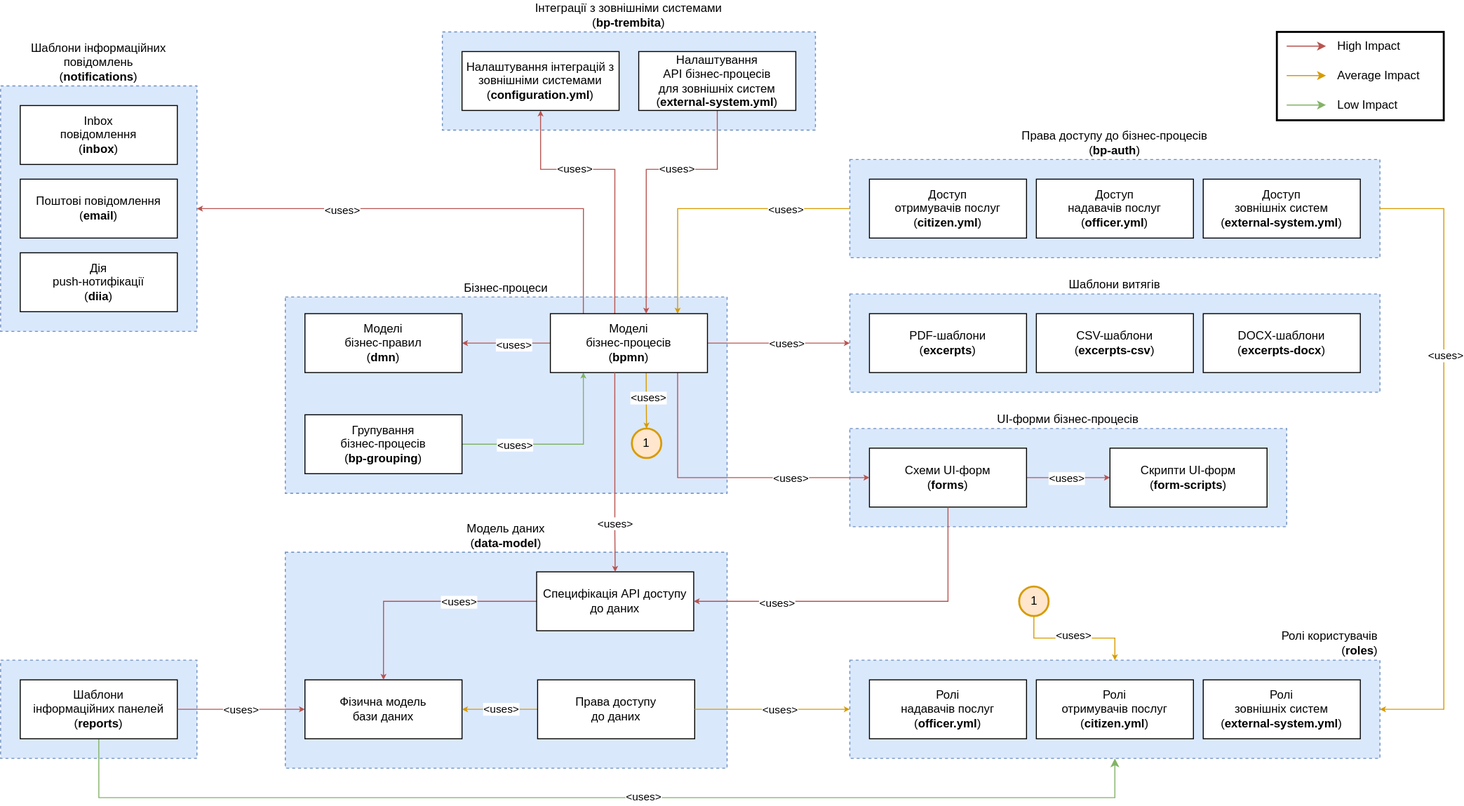
Above: docs/ua/modules/arch/images/architecture/registry/administrative/regulation-management/registry-regulation/regulation-dependencies.svg in epam/edp-ddm-architecture (draw.io), before the change. Source tidied: cells renumbered, new cells last; positions are measured from the earlier drawing's top-left corner, leaving out a move shared by most shapes.
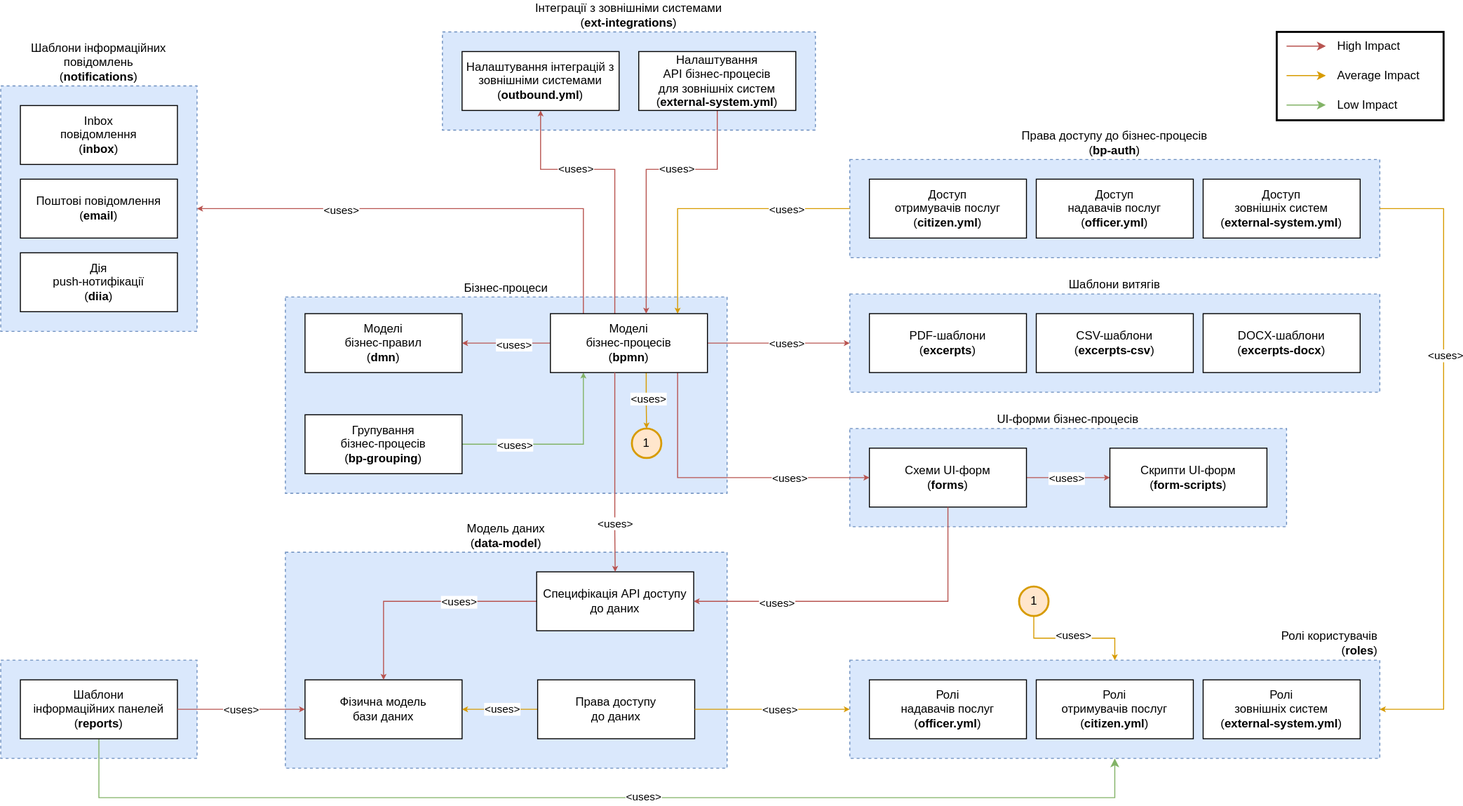
After the commit.

Commit message:
[EDP-DDM-29207] - Updated bp-trembita to ext-integrations registry folder

Diff of the diagram source:
```diff
@@ -8,7 +8,7 @@
     <mxCell id="3" value="Бізнес-процеси" style="rounded=0;whiteSpace=wrap;html=1;dashed=1;fillColor=#dae8fc;strokeColor=#6c8ebf;labelPosition=center;verticalLabelPosition=top;align=center;verticalAlign=bottom;" parent="1" vertex="1">
       <mxGeometry x="290" y="270" width="450" height="200" as="geometry" />
     </mxCell>
-    <mxCell id="4" value="Інтеграції з зовнішніми системами&lt;br style=&quot;border-color: var(--border-color);&quot;&gt;(&lt;b style=&quot;border-color: var(--border-color);&quot;&gt;bp-trembita&lt;/b&gt;)" style="rounded=0;whiteSpace=wrap;html=1;dashed=1;fillColor=#dae8fc;strokeColor=#6c8ebf;labelPosition=center;verticalLabelPosition=top;align=center;verticalAlign=bottom;" parent="1" vertex="1">
+    <mxCell id="4" value="Інтеграції з зовнішніми системами&lt;br style=&quot;border-color: var(--border-color);&quot;&gt;(&lt;b&gt;ext-integrations&lt;/b&gt;)" style="rounded=0;whiteSpace=wrap;html=1;dashed=1;fillColor=#dae8fc;strokeColor=#6c8ebf;labelPosition=center;verticalLabelPosition=top;align=center;verticalAlign=bottom;" parent="1" vertex="1">
       <mxGeometry x="450" width="380" height="100" as="geometry" />
     </mxCell>
     <mxCell id="5" value="UI-форми бізнес-процесів" style="rounded=0;whiteSpace=wrap;html=1;dashed=1;fillColor=#dae8fc;strokeColor=#6c8ebf;labelPosition=center;verticalLabelPosition=top;align=center;verticalAlign=bottom;" parent="1" vertex="1">
@@ -150,7 +150,7 @@
     <mxCell id="43" value="Моделі &lt;br&gt;бізнес-процесів&lt;br&gt;(&lt;b&gt;bpmn&lt;/b&gt;)" style="rounded=0;whiteSpace=wrap;html=1;points=[[0,0,0,0,0],[0,0.25,0,0,0],[0,0.5,0,0,0],[0,0.75,0,0,0],[0,1,0,0,0],[0.21,0,0,0,0],[0.21,1,0,0,0],[0.41,0,0,0,0],[0.41,1,0,0,0],[0.61,0,0,0,0],[0.61,1,0,0,0],[0.81,0,0,0,0],[0.81,1,0,0,0],[1,0,0,0,0],[1,0.25,0,0,0],[1,0.5,0,0,0],[1,0.75,0,0,0],[1,1,0,0,0]];" parent="1" vertex="1">
       <mxGeometry x="560" y="287" width="160" height="60" as="geometry" />
     </mxCell>
-    <mxCell id="44" value="Налаштування інтеграцій з зовнішніми системами&lt;br&gt;(&lt;b&gt;configuration.yml&lt;/b&gt;)" style="rounded=0;whiteSpace=wrap;html=1;" parent="1" vertex="1">
+    <mxCell id="44" value="Налаштування інтеграцій з зовнішніми системами&lt;br&gt;(&lt;b&gt;outbound.yml&lt;/b&gt;)" style="rounded=0;whiteSpace=wrap;html=1;" parent="1" vertex="1">
       <mxGeometry x="470" y="20" width="160" height="60" as="geometry" />
     </mxCell>
     <mxCell id="45" style="edgeStyle=orthogonalEdgeStyle;jettySize=auto;html=1;rounded=0;endSize=3;startSize=3;entryX=0.61;entryY=0;entryDx=0;entryDy=0;entryPerimeter=0;exitX=0.5;exitY=1;exitDx=0;exitDy=0;fillColor=#f8cecc;strokeColor=#b85450;" parent="1" edge="1" source="47" target="43">
```
